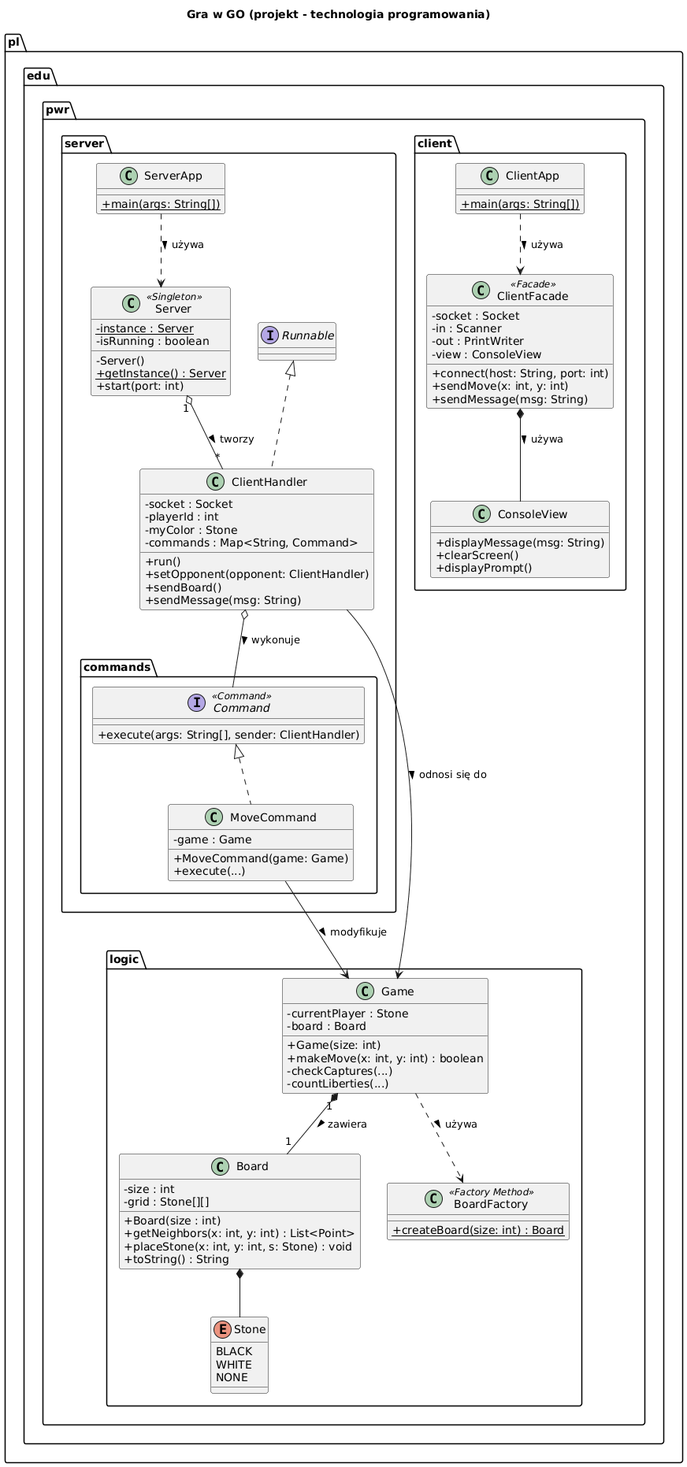
Above: docs/class_diagram.png in jakubkobus/university-java-go (PlantUML), before the change. The source it was exported from:
```plantuml
@startuml
title Gra w GO (projekt - technologia programowania)
skinparam classAttributeIconSize 0

package "pl.edu.pwr.logic" {
  enum Stone {
    BLACK
    WHITE
    NONE
  }

  class Board {
    - size : int
    - grid : Stone[][]
    + Board(size : int)
    + getNeighbors(x: int, y: int) : List<Point>
    + placeStone(x: int, y: int, s: Stone) : void
    + toString() : String
  }

  class BoardFactory <<Factory Method>> {
    + {static} createBoard(size: int) : Board
  }

  class Game {
    - currentPlayer : Stone
    - board : Board
    + Game(size: int)
    + makeMove(x: int, y: int) : boolean
    - checkCaptures(...)
    - countLiberties(...)
  }

  Game "1" *-- "1" Board : zawiera >
  Game ..> BoardFactory : używa >
  Board *-- Stone
}

package "pl.edu.pwr.server" {
  class ServerApp {
    + {static} main(args: String[])
  }

  class Server <<Singleton>> {
    - {static} instance : Server
    - isRunning : boolean
    - Server()
    + {static} getInstance() : Server
    + start(port: int)
  }

  class ClientHandler implements Runnable {
    - socket : Socket
    - playerId : int
    - myColor : Stone
    - commands : Map<String, Command>
    + run()
    + setOpponent(opponent: ClientHandler)
    + sendBoard()
    + sendMessage(msg: String)
  }

  package "commands" {
    interface Command <<Command>> {
      + execute(args: String[], sender: ClientHandler)
    }

    class MoveCommand implements Command {
      - game : Game
      + MoveCommand(game: Game)
      + execute(...)
    }
  }

  ServerApp ..> Server : używa >
  Server "1" o-- "*" ClientHandler : tworzy >
  ClientHandler o-- Command : wykonuje >
  ClientHandler --> Game : odnosi się do >
  MoveCommand --> Game : modyfikuje >
}

package "pl.edu.pwr.client" {
  class ClientApp {
    + {static} main(args: String[])
  }

  class ClientFacade <<Facade>> {
    - socket : Socket
    - in : Scanner
    - out : PrintWriter
    - view : ConsoleView
    + connect(host: String, port: int)
    + sendMove(x: int, y: int)
    + sendMessage(msg: String)
  }

  class ConsoleView {
    + displayMessage(msg: String)
    + clearScreen()
    + displayPrompt()
  }

  ClientApp ..> ClientFacade : używa >
  ClientFacade *-- ConsoleView : używa >
}
@enduml
```
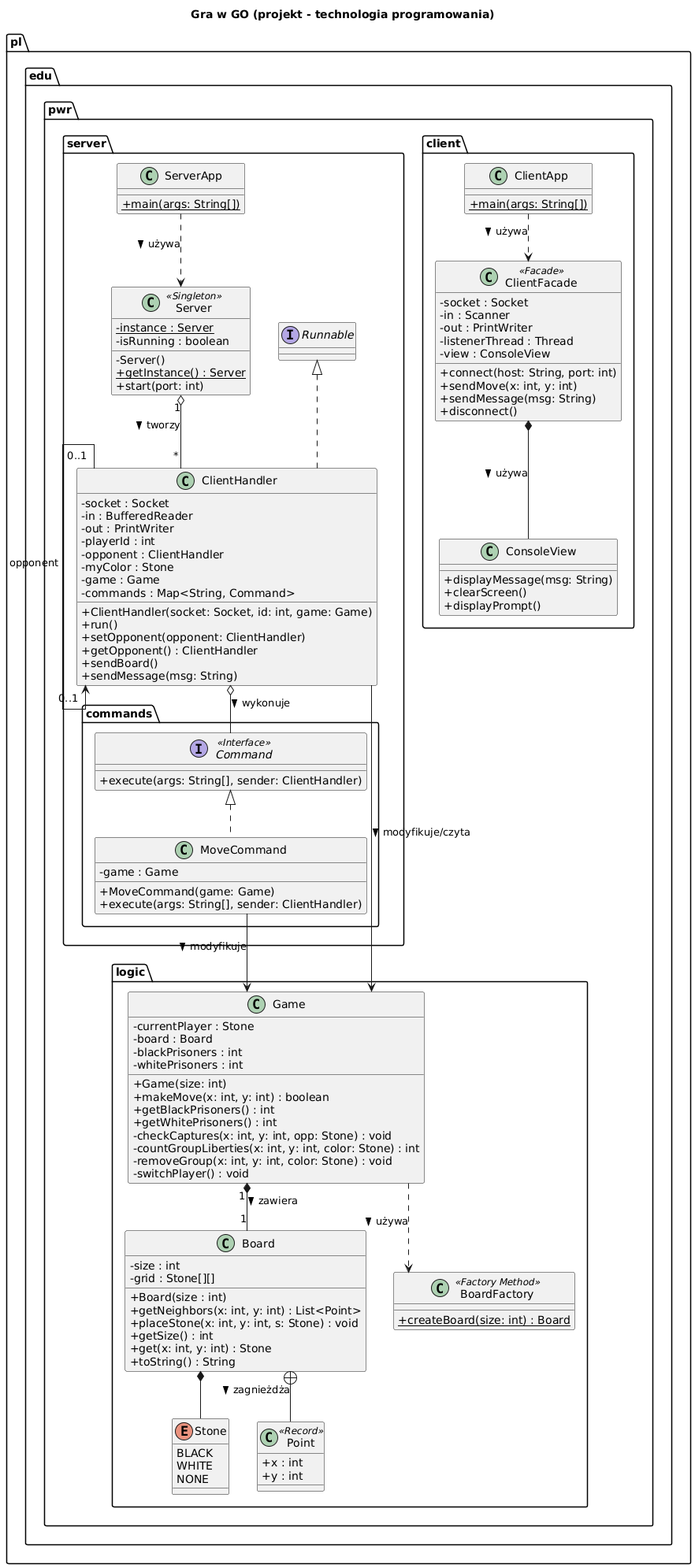
Later version of the same file.

The edit, as a diff of the source:
```diff
@@ -1,6 +1,7 @@
 @startuml
 title Gra w GO (projekt - technologia programowania)
 skinparam classAttributeIconSize 0
+skinparam linetype ortho
 
 package "pl.edu.pwr.logic" {
   enum Stone {
@@ -15,7 +16,14 @@
     + Board(size : int)
     + getNeighbors(x: int, y: int) : List<Point>
     + placeStone(x: int, y: int, s: Stone) : void
+    + getSize() : int
+    + get(x: int, y: int) : Stone
     + toString() : String
+  }
+
+  class Point <<Record>> {
+    + x : int
+    + y : int
   }
 
   class BoardFactory <<Factory Method>> {
@@ -25,15 +33,22 @@
   class Game {
     - currentPlayer : Stone
     - board : Board
+    - blackPrisoners : int
+    - whitePrisoners : int
     + Game(size: int)
     + makeMove(x: int, y: int) : boolean
-    - checkCaptures(...)
-    - countLiberties(...)
+    + getBlackPrisoners() : int
+    + getWhitePrisoners() : int
+    - checkCaptures(x: int, y: int, opp: Stone) : void
+    - countGroupLiberties(x: int, y: int, color: Stone) : int
+    - removeGroup(x: int, y: int, color: Stone) : void
+    - switchPlayer() : void
   }
 
   Game "1" *-- "1" Board : zawiera >
   Game ..> BoardFactory : używa >
   Board *-- Stone
+  Board +-- Point : zagnieżdża >
 }
 
 package "pl.edu.pwr.server" {
@@ -51,31 +66,38 @@
 
   class ClientHandler implements Runnable {
     - socket : Socket
+    - in : BufferedReader
+    - out : PrintWriter
     - playerId : int
+    - opponent : ClientHandler
     - myColor : Stone
+    - game : Game
     - commands : Map<String, Command>
+    + ClientHandler(socket: Socket, id: int, game: Game)
     + run()
     + setOpponent(opponent: ClientHandler)
+    + getOpponent() : ClientHandler
     + sendBoard()
     + sendMessage(msg: String)
   }
 
   package "commands" {
-    interface Command <<Command>> {
+    interface Command <<Interface>> {
       + execute(args: String[], sender: ClientHandler)
     }
 
     class MoveCommand implements Command {
       - game : Game
       + MoveCommand(game: Game)
-      + execute(...)
+      + execute(args: String[], sender: ClientHandler)
     }
   }
 
   ServerApp ..> Server : używa >
   Server "1" o-- "*" ClientHandler : tworzy >
   ClientHandler o-- Command : wykonuje >
-  ClientHandler --> Game : odnosi się do >
+  ClientHandler --> Game : modyfikuje/czyta >
+  ClientHandler "0..1" --> "0..1" ClientHandler : opponent
   MoveCommand --> Game : modyfikuje >
 }
 
@@ -88,10 +110,12 @@
     - socket : Socket
     - in : Scanner
     - out : PrintWriter
+    - listenerThread : Thread
     - view : ConsoleView
     + connect(host: String, port: int)
     + sendMove(x: int, y: int)
     + sendMessage(msg: String)
+    + disconnect()
   }
 
   class ConsoleView {
```
